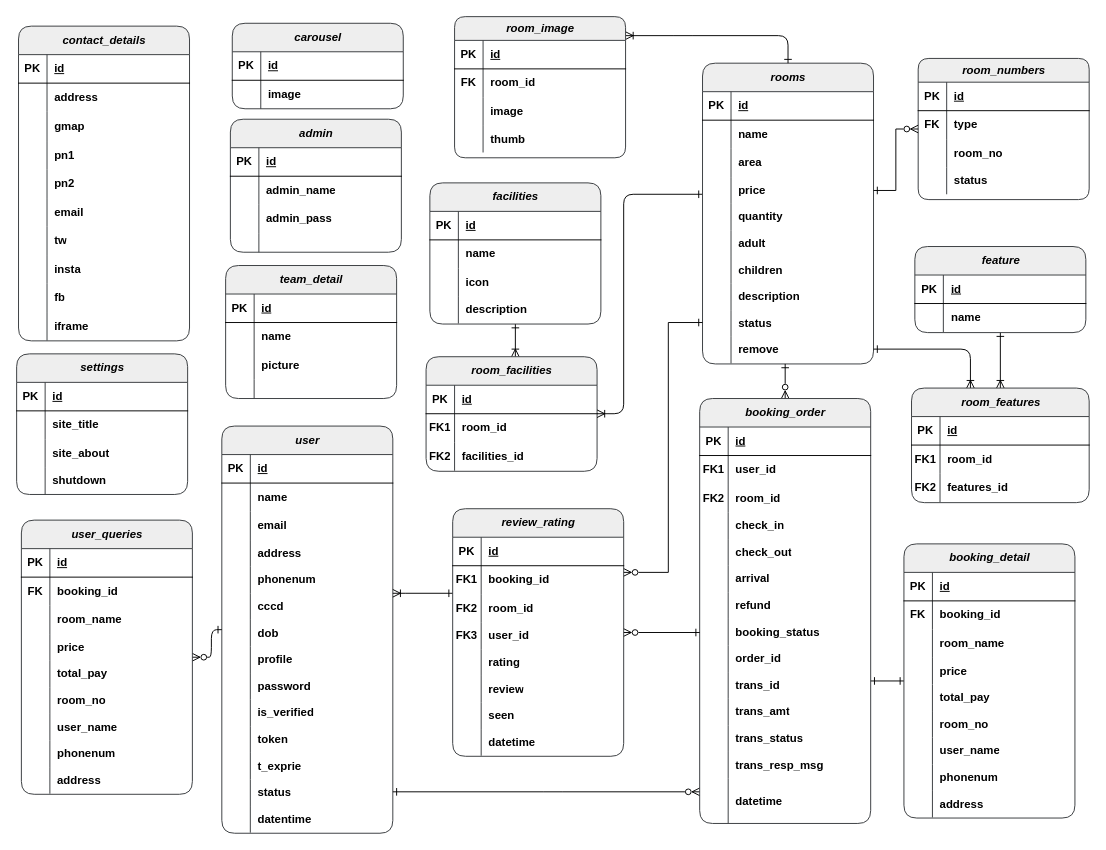
This is Biểu đồ không có tiêu đề.drawio from PEXUANMIKE1/Booking_hotel_BE_API, a draw.io file, before an edit. Source tidied: cells renumbered, new cells numbered last; positions are measured from the earlier drawing's top-left corner, leaving out a move shared by most shapes. Both pictures are drawn from the tidied source at 95%, with x=0, y=0 at pixel (16, 16).
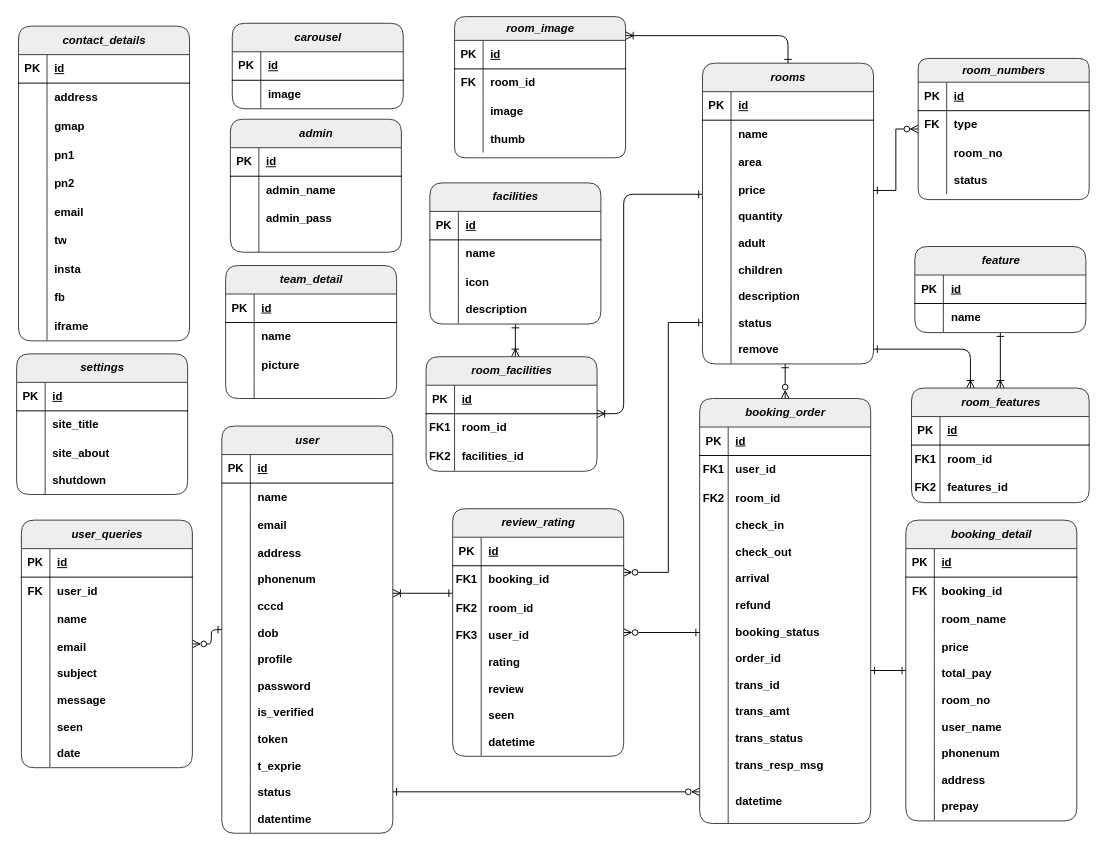
After the change.

Commit message:
Cập nhật Biểu đồ không có tiêu đề.drawio

Unchanged cells that the change refers to:
```xml
<mxCell id="226" style="shape=tableRow;horizontal=0;startSize=0;swimlaneHead=0;swimlaneBody=0;fillColor=none;top=0;left=0;right=0;bottom=0;fontStyle=1;rounded=1;" parent="222" vertex="1">
  <mxGeometry y="60" width="180" height="30" as="geometry" />
</mxCell>
<mxCell id="229" style="shape=tableRow;horizontal=0;startSize=0;swimlaneHead=0;swimlaneBody=0;fillColor=none;top=0;left=0;right=0;bottom=0;fontStyle=1;rounded=1;" parent="222" vertex="1">
  <mxGeometry y="90" width="180" height="30" as="geometry" />
</mxCell>
<mxCell id="232" style="shape=tableRow;horizontal=0;startSize=0;swimlaneHead=0;swimlaneBody=0;fillColor=none;top=0;left=0;right=0;bottom=0;fontStyle=1;rounded=1;" parent="222" vertex="1">
  <mxGeometry y="120" width="180" height="28" as="geometry" />
</mxCell>
<mxCell id="235" style="shape=tableRow;horizontal=0;startSize=0;swimlaneHead=0;swimlaneBody=0;fillColor=none;top=0;left=0;right=0;bottom=0;fontStyle=1;rounded=1;" parent="222" vertex="1">
  <mxGeometry y="148" width="180" height="28" as="geometry" />
</mxCell>
<mxCell id="238" style="shape=tableRow;horizontal=0;startSize=0;swimlaneHead=0;swimlaneBody=0;fillColor=none;top=0;left=0;right=0;bottom=0;fontStyle=1;rounded=1;" parent="222" vertex="1">
  <mxGeometry y="176" width="180" height="28" as="geometry" />
</mxCell>
<mxCell id="241" style="shape=tableRow;horizontal=0;startSize=0;swimlaneHead=0;swimlaneBody=0;fillColor=none;top=0;left=0;right=0;bottom=0;fontStyle=1;rounded=1;" parent="222" vertex="1">
  <mxGeometry y="204" width="180" height="28" as="geometry" />
</mxCell>
<mxCell id="244" style="shape=tableRow;horizontal=0;startSize=0;swimlaneHead=0;swimlaneBody=0;fillColor=none;top=0;left=0;right=0;bottom=0;fontStyle=1;rounded=1;" parent="222" vertex="1">
  <mxGeometry y="232" width="180" height="28" as="geometry" />
</mxCell>
```

The edit, as a diff of the source:
```diff
@@
     <mxCell id="148" value="&lt;span style=&quot;font-style: italic;&quot;&gt;booking_detail&lt;/span&gt;" style="shape=table;startSize=30;childLayout=tableLayout;rowLines=0;fontStyle=1;align=center;html=1;fillColor=#eeeeee;strokeColor=#36393d;rounded=1;" parent="1" vertex="1">
-      <mxGeometry x="934" y="555" width="180" height="288.6" as="geometry" />
+      <mxGeometry x="936" y="530" width="180" height="316.6" as="geometry" />
     </mxCell>
@@
+    <mxCell id="356" style="shape=tableRow;horizontal=0;startSize=0;swimlaneHead=0;swimlaneBody=0;fillColor=none;top=0;left=0;right=0;bottom=0;fontStyle=1;rounded=1;" parent="148" vertex="1">
+      <mxGeometry y="288" width="180" height="28" as="geometry" />
+    </mxCell>
+    <mxCell id="248" style="shape=partialRectangle;fillColor=none;top=0;left=0;bottom=0;right=0;overflow=hidden;whiteSpace=wrap;html=1;fontStyle=1;rounded=1;" parent="356" vertex="1">
+      <mxGeometry width="30" height="28" as="geometry" />
+    </mxCell>
+    <mxCell id="357" value="prepay" style="shape=partialRectangle;fillColor=none;top=0;left=0;bottom=0;right=0;align=left;spacingLeft=6;overflow=hidden;whiteSpace=wrap;html=1;fontStyle=1;rounded=1;" parent="356" vertex="1">
+      <mxGeometry x="30" width="150" height="28" as="geometry" />
+    </mxCell>
@@
     <mxCell id="222" value="&lt;span style=&quot;font-style: italic;&quot;&gt;user_queries&lt;/span&gt;" style="shape=table;startSize=30;childLayout=tableLayout;rowLines=0;fontStyle=1;align=center;html=1;fillColor=#eeeeee;strokeColor=#36393d;rounded=1;" parent="1" vertex="1">
-      <mxGeometry x="5" y="530" width="180" height="288.6" as="geometry" />
+      <mxGeometry x="5" y="530" width="180" height="260.6" as="geometry" />
     </mxCell>
@@
-    <mxCell id="228" value="&lt;span style=&quot;text-wrap: nowrap;&quot;&gt;booking_id&lt;/span&gt;" style="shape=partialRectangle;fillColor=none;top=0;left=0;bottom=0;right=0;align=left;spacingLeft=6;overflow=hidden;whiteSpace=wrap;html=1;fontStyle=1;rounded=1;" parent="226" vertex="1">
+    <mxCell id="228" value="&lt;span style=&quot;text-wrap: nowrap;&quot;&gt;user_id&lt;/span&gt;" style="shape=partialRectangle;fillColor=none;top=0;left=0;bottom=0;right=0;align=left;spacingLeft=6;overflow=hidden;whiteSpace=wrap;html=1;fontStyle=1;rounded=1;" parent="226" vertex="1">
       <mxGeometry x="30" width="150" height="30" as="geometry" />
     </mxCell>
@@
-    <mxCell id="231" value="&lt;span style=&quot;text-wrap: nowrap;&quot;&gt;room_name&lt;/span&gt;" style="shape=partialRectangle;fillColor=none;top=0;left=0;bottom=0;right=0;align=left;spacingLeft=6;overflow=hidden;whiteSpace=wrap;html=1;fontStyle=1;rounded=1;" parent="229" vertex="1">
+    <mxCell id="231" value="&lt;span style=&quot;text-wrap: nowrap;&quot;&gt;name&lt;/span&gt;" style="shape=partialRectangle;fillColor=none;top=0;left=0;bottom=0;right=0;align=left;spacingLeft=6;overflow=hidden;whiteSpace=wrap;html=1;fontStyle=1;rounded=1;" parent="229" vertex="1">
       <mxGeometry x="30" width="150" height="30" as="geometry" />
     </mxCell>
@@
-    <mxCell id="234" value="price" style="shape=partialRectangle;fillColor=none;top=0;left=0;bottom=0;right=0;align=left;spacingLeft=6;overflow=hidden;whiteSpace=wrap;html=1;fontStyle=1;rounded=1;" parent="232" vertex="1">
+    <mxCell id="234" value="email" style="shape=partialRectangle;fillColor=none;top=0;left=0;bottom=0;right=0;align=left;spacingLeft=6;overflow=hidden;whiteSpace=wrap;html=1;fontStyle=1;rounded=1;" parent="232" vertex="1">
       <mxGeometry x="30" width="150" height="28" as="geometry" />
     </mxCell>
@@
-    <mxCell id="237" value="total_pay" style="shape=partialRectangle;fillColor=none;top=0;left=0;bottom=0;right=0;align=left;spacingLeft=6;overflow=hidden;whiteSpace=wrap;html=1;fontStyle=1;rounded=1;" parent="235" vertex="1">
+    <mxCell id="237" value="subject" style="shape=partialRectangle;fillColor=none;top=0;left=0;bottom=0;right=0;align=left;spacingLeft=6;overflow=hidden;whiteSpace=wrap;html=1;fontStyle=1;rounded=1;" parent="235" vertex="1">
       <mxGeometry x="30" width="150" height="28" as="geometry" />
     </mxCell>
@@
-    <mxCell id="240" value="room_no" style="shape=partialRectangle;fillColor=none;top=0;left=0;bottom=0;right=0;align=left;spacingLeft=6;overflow=hidden;whiteSpace=wrap;html=1;fontStyle=1;rounded=1;" parent="238" vertex="1">
+    <mxCell id="240" value="message" style="shape=partialRectangle;fillColor=none;top=0;left=0;bottom=0;right=0;align=left;spacingLeft=6;overflow=hidden;whiteSpace=wrap;html=1;fontStyle=1;rounded=1;" parent="238" vertex="1">
       <mxGeometry x="30" width="150" height="28" as="geometry" />
     </mxCell>
@@
-    <mxCell id="243" value="user_name" style="shape=partialRectangle;fillColor=none;top=0;left=0;bottom=0;right=0;align=left;spacingLeft=6;overflow=hidden;whiteSpace=wrap;html=1;fontStyle=1;rounded=1;" parent="241" vertex="1">
+    <mxCell id="243" value="seen" style="shape=partialRectangle;fillColor=none;top=0;left=0;bottom=0;right=0;align=left;spacingLeft=6;overflow=hidden;whiteSpace=wrap;html=1;fontStyle=1;rounded=1;" parent="241" vertex="1">
       <mxGeometry x="30" width="150" height="28" as="geometry" />
     </mxCell>
@@
-    <mxCell id="246" value="phonenum" style="shape=partialRectangle;fillColor=none;top=0;left=0;bottom=0;right=0;align=left;spacingLeft=6;overflow=hidden;whiteSpace=wrap;html=1;fontStyle=1;rounded=1;" parent="244" vertex="1">
+    <mxCell id="246" value="date" style="shape=partialRectangle;fillColor=none;top=0;left=0;bottom=0;right=0;align=left;spacingLeft=6;overflow=hidden;whiteSpace=wrap;html=1;fontStyle=1;rounded=1;" parent="244" vertex="1">
       <mxGeometry x="30" width="150" height="28" as="geometry" />
     </mxCell>
-    <mxCell id="247" style="shape=tableRow;horizontal=0;startSize=0;swimlaneHead=0;swimlaneBody=0;fillColor=none;top=0;left=0;right=0;bottom=0;fontStyle=1;rounded=1;" parent="222" vertex="1">
-      <mxGeometry y="260" width="180" height="28" as="geometry" />
-    </mxCell>
-    <mxCell id="248" style="shape=partialRectangle;fillColor=none;top=0;left=0;bottom=0;right=0;overflow=hidden;whiteSpace=wrap;html=1;fontStyle=1;rounded=1;" parent="247" vertex="1">
-      <mxGeometry width="30" height="28" as="geometry" />
-    </mxCell>
-    <mxCell id="249" value="address" style="shape=partialRectangle;fillColor=none;top=0;left=0;bottom=0;right=0;align=left;spacingLeft=6;overflow=hidden;whiteSpace=wrap;html=1;fontStyle=1;rounded=1;" parent="247" vertex="1">
-      <mxGeometry x="30" width="150" height="28" as="geometry" />
-    </mxCell>
```
